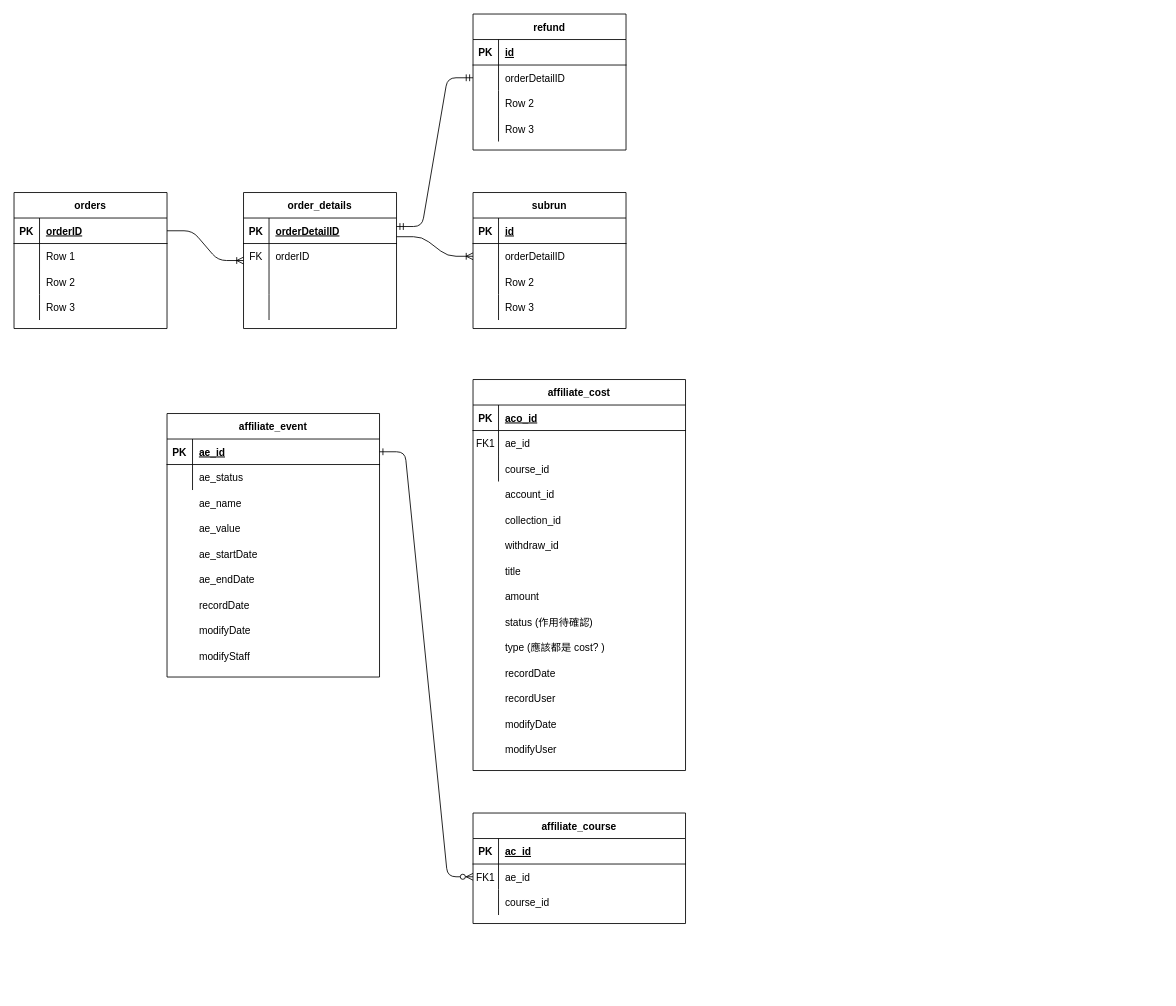
Above: affiliate_ERD.drawio in BenmrChen/Draw.io (draw.io), before the change. Source tidied: cells renumbered, new cells numbered last; positions are measured from the earlier drawing's top-left corner, leaving out a move shared by most shapes. Both pictures are drawn from the tidied source at 85%, with x=0, y=0 at pixel (14, 14).
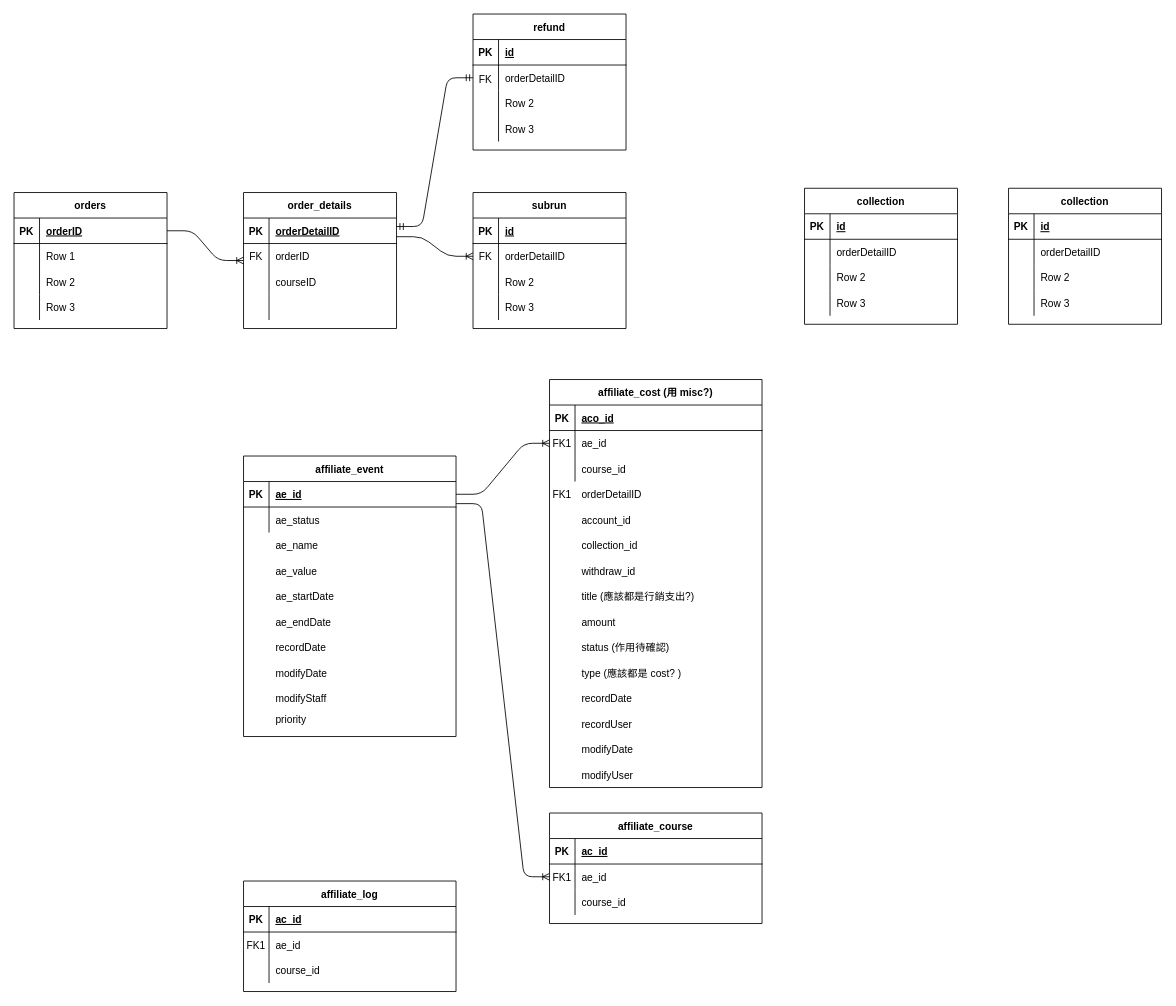
The same diagram, later.

The change refers to these unchanged cells:
```xml
<mxCell id="88" style="shape=partialRectangle;fillColor=none;points=[[0,0.5],[1,0.5]];portConstraint=eastwest;top=0;left=0;right=0;bottom=0;" parent="84" vertex="1">
  <mxGeometry y="60" width="250" height="30" as="geometry" />
</mxCell>
<mxCell id="98" style="shape=partialRectangle;fillColor=none;points=[[0,0.5],[1,0.5]];portConstraint=eastwest;top=0;left=0;right=0;bottom=0;" parent="94" vertex="1">
  <mxGeometry y="60" width="250" height="30" as="geometry" />
</mxCell>
```

What changed in the source:
```diff
@@
-    <mxCell id="2" style="edgeStyle=entityRelationEdgeStyle;endArrow=ERzeroToMany;startArrow=ERone;endFill=1;startFill=0;" parent="1" edge="1" source="78" target="98">
-      <mxGeometry relative="1" as="geometry" />
-    </mxCell>
     <mxCell id="3" value="account_id" style="shape=partialRectangle;overflow=hidden;fillColor=none;top=0;left=0;bottom=0;right=0;align=left;spacingLeft=6;" parent="1" vertex="1">
-      <mxGeometry x="570" y="550" width="220" height="30" as="geometry" />
+      <mxGeometry x="660" y="580" width="220" height="30" as="geometry" />
     </mxCell>
     <mxCell id="4" value="ae_name" style="shape=partialRectangle;overflow=hidden;fillColor=none;top=0;left=0;bottom=0;right=0;align=left;spacingLeft=6;" parent="1" vertex="1">
-      <mxGeometry x="210" y="560" width="220" height="30" as="geometry" />
+      <mxGeometry x="300" y="610" width="220" height="30" as="geometry" />
     </mxCell>
     <mxCell id="5" value="ae_value" style="shape=partialRectangle;overflow=hidden;fillColor=none;top=0;left=0;bottom=0;right=0;align=left;spacingLeft=6;" parent="1" vertex="1">
-      <mxGeometry x="210" y="590" width="220" height="30" as="geometry" />
+      <mxGeometry x="300" y="640" width="220" height="30" as="geometry" />
     </mxCell>
     <mxCell id="6" value="ae_startDate" style="shape=partialRectangle;overflow=hidden;fillColor=none;top=0;left=0;bottom=0;right=0;align=left;spacingLeft=6;" parent="1" vertex="1">
-      <mxGeometry x="210" y="620" width="220" height="30" as="geometry" />
+      <mxGeometry x="300" y="670" width="220" height="30" as="geometry" />
     </mxCell>
     <mxCell id="7" value="ae_endDate" style="shape=partialRectangle;overflow=hidden;fillColor=none;top=0;left=0;bottom=0;right=0;align=left;spacingLeft=6;" parent="1" vertex="1">
-      <mxGeometry x="210" y="650" width="220" height="30" as="geometry" />
+      <mxGeometry x="300" y="700" width="220" height="30" as="geometry" />
     </mxCell>
     <mxCell id="8" value="recordDate" style="shape=partialRectangle;overflow=hidden;fillColor=none;top=0;left=0;bottom=0;right=0;align=left;spacingLeft=6;" parent="1" vertex="1">
-      <mxGeometry x="210" y="680" width="220" height="30" as="geometry" />
+      <mxGeometry x="300" y="730" width="220" height="30" as="geometry" />
     </mxCell>
     <mxCell id="9" value="modifyDate" style="shape=partialRectangle;overflow=hidden;fillColor=none;top=0;left=0;bottom=0;right=0;align=left;spacingLeft=6;" parent="1" vertex="1">
-      <mxGeometry x="210" y="710" width="220" height="30" as="geometry" />
+      <mxGeometry x="300" y="760" width="220" height="30" as="geometry" />
     </mxCell>
     <mxCell id="10" value="modifyStaff" style="shape=partialRectangle;overflow=hidden;fillColor=none;top=0;left=0;bottom=0;right=0;align=left;spacingLeft=6;" parent="1" vertex="1">
-      <mxGeometry x="210" y="740" width="220" height="30" as="geometry" />
+      <mxGeometry x="300" y="790" width="220" height="30" as="geometry" />
     </mxCell>
     <mxCell id="11" value="collection_id" style="shape=partialRectangle;overflow=hidden;fillColor=none;top=0;left=0;bottom=0;right=0;align=left;spacingLeft=6;" parent="1" vertex="1">
-      <mxGeometry x="570" y="580" width="220" height="30" as="geometry" />
+      <mxGeometry x="660" y="610" width="220" height="30" as="geometry" />
     </mxCell>
     <mxCell id="12" value="withdraw_id" style="shape=partialRectangle;overflow=hidden;fillColor=none;top=0;left=0;bottom=0;right=0;align=left;spacingLeft=6;" parent="1" vertex="1">
-      <mxGeometry x="570" y="610" width="220" height="30" as="geometry" />
+      <mxGeometry x="660" y="640" width="220" height="30" as="geometry" />
     </mxCell>
-    <mxCell id="13" value="title" style="shape=partialRectangle;overflow=hidden;fillColor=none;top=0;left=0;bottom=0;right=0;align=left;spacingLeft=6;" parent="1" vertex="1">
-      <mxGeometry x="570" y="640" width="220" height="30" as="geometry" />
+    <mxCell id="13" value="title (應該都是行銷支出?)" style="shape=partialRectangle;overflow=hidden;fillColor=none;top=0;left=0;bottom=0;right=0;align=left;spacingLeft=6;" parent="1" vertex="1">
+      <mxGeometry x="660" y="670" width="220" height="30" as="geometry" />
     </mxCell>
     <mxCell id="14" value="amount" style="shape=partialRectangle;overflow=hidden;fillColor=none;top=0;left=0;bottom=0;right=0;align=left;spacingLeft=6;" parent="1" vertex="1">
-      <mxGeometry x="570" y="670" width="220" height="30" as="geometry" />
+      <mxGeometry x="660" y="700" width="220" height="30" as="geometry" />
     </mxCell>
     <mxCell id="15" value="status (作用待確認)" style="shape=partialRectangle;overflow=hidden;fillColor=none;top=0;left=0;bottom=0;right=0;align=left;spacingLeft=6;" parent="1" vertex="1">
-      <mxGeometry x="570" y="700" width="220" height="30" as="geometry" />
+      <mxGeometry x="660" y="730" width="220" height="30" as="geometry" />
     </mxCell>
     <mxCell id="16" value="type (應該都是 cost? )" style="shape=partialRectangle;overflow=hidden;fillColor=none;top=0;left=0;bottom=0;right=0;align=left;spacingLeft=6;" parent="1" vertex="1">
-      <mxGeometry x="570" y="730" width="220" height="30" as="geometry" />
+      <mxGeometry x="660" y="760" width="220" height="30" as="geometry" />
     </mxCell>
     <mxCell id="17" value="recordDate" style="shape=partialRectangle;overflow=hidden;fillColor=none;top=0;left=0;bottom=0;right=0;align=left;spacingLeft=6;" parent="1" vertex="1">
-      <mxGeometry x="570" y="760" width="220" height="30" as="geometry" />
+      <mxGeometry x="660" y="790" width="220" height="30" as="geometry" />
     </mxCell>
     <mxCell id="18" value="recordUser" style="shape=partialRectangle;overflow=hidden;fillColor=none;top=0;left=0;bottom=0;right=0;align=left;spacingLeft=6;" parent="1" vertex="1">
-      <mxGeometry x="570" y="790" width="220" height="30" as="geometry" />
+      <mxGeometry x="660" y="820" width="220" height="30" as="geometry" />
     </mxCell>
     <mxCell id="19" value="modifyDate" style="shape=partialRectangle;overflow=hidden;fillColor=none;top=0;left=0;bottom=0;right=0;align=left;spacingLeft=6;" parent="1" vertex="1">
-      <mxGeometry x="570" y="820" width="220" height="30" as="geometry" />
+      <mxGeometry x="660" y="850" width="220" height="30" as="geometry" />
     </mxCell>
@@
     <mxCell id="46" value="modifyUser" style="shape=partialRectangle;overflow=hidden;fillColor=none;top=0;left=0;bottom=0;right=0;align=left;spacingLeft=6;" parent="1" vertex="1">
-      <mxGeometry x="570" y="850" width="220" height="30" as="geometry" />
+      <mxGeometry x="660" y="880" width="220" height="30" as="geometry" />
     </mxCell>
@@
-    <mxCell id="77" value="affiliate_event" style="shape=table;startSize=30;childLayout=tableLayout;rowLines=0;fontStyle=1;align=center;" parent="1" vertex="1">
-      <mxGeometry x="180" y="470" width="250" height="310" as="geometry" />
-    </mxCell>
-    <mxCell id="78" style="shape=partialRectangle;fillColor=none;points=[[0,0.5],[1,0.5]];portConstraint=eastwest;top=0;left=0;right=0;bottom=1;" parent="77" vertex="1">
-      <mxGeometry y="30" width="250" height="30" as="geometry" />
-    </mxCell>
-    <mxCell id="79" value="PK" style="shape=partialRectangle;overflow=hidden;fillColor=none;top=0;left=0;bottom=0;right=0;fontStyle=1;" parent="78" vertex="1">
-      <mxGeometry width="30" height="30" as="geometry" />
-    </mxCell>
-    <mxCell id="80" value="ae_id" style="shape=partialRectangle;overflow=hidden;fillColor=none;top=0;left=0;bottom=0;right=0;align=left;spacingLeft=6;fontStyle=5;" parent="78" vertex="1">
-      <mxGeometry x="30" width="220" height="30" as="geometry" />
-    </mxCell>
-    <mxCell id="81" style="shape=partialRectangle;fillColor=none;top=0;left=0;right=0;bottom=0;" parent="77" vertex="1">
-      <mxGeometry y="60" width="250" height="30" as="geometry" />
-    </mxCell>
-    <mxCell id="82" style="shape=partialRectangle;overflow=hidden;fillColor=none;top=0;left=0;bottom=0;right=0;" parent="81" vertex="1">
-      <mxGeometry width="30" height="30" as="geometry" />
-    </mxCell>
-    <mxCell id="83" value="ae_status" style="shape=partialRectangle;overflow=hidden;fillColor=none;top=0;left=0;bottom=0;right=0;align=left;spacingLeft=6;" parent="81" vertex="1">
-      <mxGeometry x="30" width="220" height="30" as="geometry" />
-    </mxCell>
+    <mxCell id="104" style="edgeStyle=entityRelationEdgeStyle;fontSize=12;html=1;endArrow=ERoneToMany;entryX=0;entryY=0.5;entryDx=0;entryDy=0;exitX=1;exitY=0.5;exitDx=0;exitDy=0;" parent="1" edge="1" source="78" target="88">
+      <mxGeometry relative="1" as="geometry" />
+    </mxCell>
+    <mxCell id="2" style="edgeStyle=entityRelationEdgeStyle;fontSize=12;html=1;endArrow=ERoneToMany;exitX=1;exitY=0.867;exitDx=0;exitDy=0;exitPerimeter=0;entryX=0;entryY=0.5;entryDx=0;entryDy=0;" parent="1" edge="1" source="78" target="98">
+      <mxGeometry relative="1" as="geometry" />
+    </mxCell>
-    <mxCell id="84" value="affiliate_cost" style="shape=table;startSize=30;childLayout=tableLayout;rowLines=0;fontStyle=1;align=center;" parent="1" vertex="1">
-      <mxGeometry x="540" y="430" width="250" height="460" as="geometry" />
+    <mxCell id="84" value="affiliate_cost (用 misc?)" style="shape=table;startSize=30;childLayout=tableLayout;rowLines=0;fontStyle=1;align=center;" parent="1" vertex="1">
+      <mxGeometry x="630" y="430" width="250" height="480" as="geometry" />
     </mxCell>
@@
     <mxCell id="94" value="affiliate_course" style="shape=table;startSize=30;childLayout=tableLayout;rowLines=0;fontStyle=1;align=center;" parent="1" vertex="1">
-      <mxGeometry x="540" y="940" width="250" height="130" as="geometry" />
+      <mxGeometry x="630" y="940" width="250" height="130" as="geometry" />
     </mxCell>
@@
+    <mxCell id="77" value="affiliate_event" style="shape=table;startSize=30;childLayout=tableLayout;rowLines=0;fontStyle=1;align=center;" parent="1" vertex="1">
+      <mxGeometry x="270" y="520" width="250" height="330" as="geometry" />
+    </mxCell>
+    <mxCell id="78" style="shape=partialRectangle;fillColor=none;points=[[0,0.5],[1,0.5]];portConstraint=eastwest;top=0;left=0;right=0;bottom=1;" parent="77" vertex="1">
+      <mxGeometry y="30" width="250" height="30" as="geometry" />
+    </mxCell>
+    <mxCell id="79" value="PK" style="shape=partialRectangle;overflow=hidden;fillColor=none;top=0;left=0;bottom=0;right=0;fontStyle=1;" parent="78" vertex="1">
+      <mxGeometry width="30" height="30" as="geometry" />
+    </mxCell>
+    <mxCell id="80" value="ae_id" style="shape=partialRectangle;overflow=hidden;fillColor=none;top=0;left=0;bottom=0;right=0;align=left;spacingLeft=6;fontStyle=5;" parent="78" vertex="1">
+      <mxGeometry x="30" width="220" height="30" as="geometry" />
+    </mxCell>
+    <mxCell id="81" style="shape=partialRectangle;fillColor=none;top=0;left=0;right=0;bottom=0;" parent="77" vertex="1">
+      <mxGeometry y="60" width="250" height="30" as="geometry" />
+    </mxCell>
+    <mxCell id="82" style="shape=partialRectangle;overflow=hidden;fillColor=none;top=0;left=0;bottom=0;right=0;" parent="81" vertex="1">
+      <mxGeometry width="30" height="30" as="geometry" />
+    </mxCell>
+    <mxCell id="83" value="ae_status" style="shape=partialRectangle;overflow=hidden;fillColor=none;top=0;left=0;bottom=0;right=0;align=left;spacingLeft=6;" parent="81" vertex="1">
+      <mxGeometry x="30" width="220" height="30" as="geometry" />
+    </mxCell>
+    <mxCell id="105" value="courseID" style="shape=partialRectangle;fillColor=none;top=0;left=0;bottom=0;right=0;align=left;spacingLeft=6;overflow=hidden;" parent="1" vertex="1">
+      <mxGeometry x="300" y="300" width="150" height="30" as="geometry" />
+    </mxCell>
+    <mxCell id="106" value="orderDetailID" style="shape=partialRectangle;overflow=hidden;fillColor=none;top=0;left=0;bottom=0;right=0;align=left;spacingLeft=6;" parent="1" vertex="1">
+      <mxGeometry x="660" y="550" width="220" height="30" as="geometry" />
+    </mxCell>
+    <mxCell id="107" value="FK1" style="shape=partialRectangle;overflow=hidden;fillColor=none;top=0;left=0;bottom=0;right=0;" parent="1" vertex="1">
+      <mxGeometry x="630" y="550" width="30" height="30" as="geometry" />
+    </mxCell>
+    <mxCell id="108" value="priority" style="shape=partialRectangle;overflow=hidden;fillColor=none;top=0;left=0;bottom=0;right=0;align=left;spacingLeft=6;" parent="1" vertex="1">
+      <mxGeometry x="300" y="820" width="220" height="20" as="geometry" />
+    </mxCell>
+    <mxCell id="109" value="FK" style="shape=partialRectangle;overflow=hidden;fillColor=none;top=0;left=0;bottom=0;right=0;" parent="1" vertex="1">
+      <mxGeometry x="540" y="62" width="30" height="30" as="geometry" />
+    </mxCell>
+    <mxCell id="110" value="FK" style="shape=partialRectangle;overflow=hidden;fillColor=none;top=0;left=0;bottom=0;right=0;" parent="1" vertex="1">
+      <mxGeometry x="540" y="270" width="30" height="30" as="geometry" />
+    </mxCell>
+    <mxCell id="111" value="affiliate_log" style="shape=table;startSize=30;childLayout=tableLayout;rowLines=0;fontStyle=1;align=center;" parent="1" vertex="1">
+      <mxGeometry x="270" y="1020" width="250" height="130" as="geometry" />
+    </mxCell>
+    <mxCell id="112" style="shape=partialRectangle;fillColor=none;top=0;left=0;right=0;bottom=1;" parent="111" vertex="1">
+      <mxGeometry y="30" width="250" height="30" as="geometry" />
+    </mxCell>
+    <mxCell id="113" value="PK" style="shape=partialRectangle;overflow=hidden;fillColor=none;top=0;left=0;bottom=0;right=0;fontStyle=1;" parent="112" vertex="1">
+      <mxGeometry width="30" height="30" as="geometry" />
+    </mxCell>
+    <mxCell id="114" value="ac_id" style="shape=partialRectangle;overflow=hidden;fillColor=none;top=0;left=0;bottom=0;right=0;align=left;spacingLeft=6;fontStyle=5;" parent="112" vertex="1">
+      <mxGeometry x="30" width="220" height="30" as="geometry" />
+    </mxCell>
+    <mxCell id="115" style="shape=partialRectangle;fillColor=none;top=0;left=0;right=0;bottom=0;" parent="111" vertex="1">
+      <mxGeometry y="60" width="250" height="30" as="geometry" />
+    </mxCell>
+    <mxCell id="116" value="FK1" style="shape=partialRectangle;overflow=hidden;fillColor=none;top=0;left=0;bottom=0;right=0;" parent="115" vertex="1">
+      <mxGeometry width="30" height="30" as="geometry" />
+    </mxCell>
+    <mxCell id="117" value="ae_id" style="shape=partialRectangle;overflow=hidden;fillColor=none;top=0;left=0;bottom=0;right=0;align=left;spacingLeft=6;" parent="115" vertex="1">
+      <mxGeometry x="30" width="220" height="30" as="geometry" />
+    </mxCell>
+    <mxCell id="118" style="shape=partialRectangle;fillColor=none;top=0;left=0;right=0;bottom=0;" parent="111" vertex="1">
+      <mxGeometry y="90" width="250" height="30" as="geometry" />
+    </mxCell>
+    <mxCell id="119" style="shape=partialRectangle;overflow=hidden;fillColor=none;top=0;left=0;bottom=0;right=0;" parent="118" vertex="1">
+      <mxGeometry width="30" height="30" as="geometry" />
+    </mxCell>
+    <mxCell id="120" value="course_id" style="shape=partialRectangle;overflow=hidden;fillColor=none;top=0;left=0;bottom=0;right=0;align=left;spacingLeft=6;" parent="118" vertex="1">
+      <mxGeometry x="30" width="220" height="30" as="geometry" />
+    </mxCell>
+    <mxCell id="121" value="collection" style="shape=table;startSize=30;childLayout=tableLayout;rowLines=0;fontStyle=1;align=center;" parent="1" vertex="1">
+      <mxGeometry x="930" y="205" width="180" height="160" as="geometry" />
+    </mxCell>
+    <mxCell id="122" style="shape=partialRectangle;fillColor=none;top=0;left=0;bottom=1;right=0;" parent="121" vertex="1">
+      <mxGeometry y="30" width="180" height="30" as="geometry" />
+    </mxCell>
+    <mxCell id="123" value="PK" style="shape=partialRectangle;fillColor=none;top=0;left=0;bottom=0;right=0;fontStyle=1;overflow=hidden;" parent="122" vertex="1">
+      <mxGeometry width="30" height="30" as="geometry" />
+    </mxCell>
+    <mxCell id="124" value="id" style="shape=partialRectangle;fillColor=none;top=0;left=0;bottom=0;right=0;align=left;spacingLeft=6;fontStyle=5;overflow=hidden;" parent="122" vertex="1">
+      <mxGeometry x="30" width="150" height="30" as="geometry" />
+    </mxCell>
+    <mxCell id="125" style="shape=partialRectangle;fillColor=none;top=0;left=0;bottom=0;right=0;" parent="121" vertex="1">
+      <mxGeometry y="60" width="180" height="30" as="geometry" />
+    </mxCell>
+    <mxCell id="126" style="shape=partialRectangle;fillColor=none;top=0;left=0;bottom=0;right=0;overflow=hidden;" parent="125" vertex="1">
+      <mxGeometry width="30" height="30" as="geometry" />
+    </mxCell>
+    <mxCell id="127" value="orderDetailID" style="shape=partialRectangle;fillColor=none;top=0;left=0;bottom=0;right=0;align=left;spacingLeft=6;overflow=hidden;" parent="125" vertex="1">
+      <mxGeometry x="30" width="150" height="30" as="geometry" />
+    </mxCell>
+    <mxCell id="128" style="shape=partialRectangle;fillColor=none;top=0;left=0;bottom=0;right=0;" parent="121" vertex="1">
+      <mxGeometry y="90" width="180" height="30" as="geometry" />
+    </mxCell>
+    <mxCell id="129" style="shape=partialRectangle;fillColor=none;top=0;left=0;bottom=0;right=0;overflow=hidden;" parent="128" vertex="1">
+      <mxGeometry width="30" height="30" as="geometry" />
+    </mxCell>
+    <mxCell id="130" value="Row 2" style="shape=partialRectangle;fillColor=none;top=0;left=0;bottom=0;right=0;align=left;spacingLeft=6;overflow=hidden;" parent="128" vertex="1">
+      <mxGeometry x="30" width="150" height="30" as="geometry" />
+    </mxCell>
+    <mxCell id="131" style="shape=partialRectangle;fillColor=none;top=0;left=0;bottom=0;right=0;" parent="121" vertex="1">
+      <mxGeometry y="120" width="180" height="30" as="geometry" />
+    </mxCell>
+    <mxCell id="132" style="shape=partialRectangle;fillColor=none;top=0;left=0;bottom=0;right=0;overflow=hidden;" parent="131" vertex="1">
+      <mxGeometry width="30" height="30" as="geometry" />
+    </mxCell>
+    <mxCell id="133" value="Row 3" style="shape=partialRectangle;fillColor=none;top=0;left=0;bottom=0;right=0;align=left;spacingLeft=6;overflow=hidden;" parent="131" vertex="1">
+      <mxGeometry x="30" width="150" height="30" as="geometry" />
+    </mxCell>
+    <mxCell id="134" value="collection" style="shape=table;startSize=30;childLayout=tableLayout;rowLines=0;fontStyle=1;align=center;" parent="1" vertex="1">
+      <mxGeometry x="1170" y="205" width="180" height="160" as="geometry" />
+    </mxCell>
+    <mxCell id="135" style="shape=partialRectangle;fillColor=none;top=0;left=0;bottom=1;right=0;" parent="134" vertex="1">
+      <mxGeometry y="30" width="180" height="30" as="geometry" />
+    </mxCell>
+    <mxCell id="136" value="PK" style="shape=partialRectangle;fillColor=none;top=0;left=0;bottom=0;right=0;fontStyle=1;overflow=hidden;" parent="135" vertex="1">
+      <mxGeometry width="30" height="30" as="geometry" />
+    </mxCell>
+    <mxCell id="137" value="id" style="shape=partialRectangle;fillColor=none;top=0;left=0;bottom=0;right=0;align=left;spacingLeft=6;fontStyle=5;overflow=hidden;" parent="135" vertex="1">
+      <mxGeometry x="30" width="150" height="30" as="geometry" />
+    </mxCell>
+    <mxCell id="138" style="shape=partialRectangle;fillColor=none;top=0;left=0;bottom=0;right=0;" parent="134" vertex="1">
+      <mxGeometry y="60" width="180" height="30" as="geometry" />
+    </mxCell>
+    <mxCell id="139" style="shape=partialRectangle;fillColor=none;top=0;left=0;bottom=0;right=0;overflow=hidden;" parent="138" vertex="1">
+      <mxGeometry width="30" height="30" as="geometry" />
+    </mxCell>
+    <mxCell id="140" value="orderDetailID" style="shape=partialRectangle;fillColor=none;top=0;left=0;bottom=0;right=0;align=left;spacingLeft=6;overflow=hidden;" parent="138" vertex="1">
+      <mxGeometry x="30" width="150" height="30" as="geometry" />
+    </mxCell>
+    <mxCell id="141" style="shape=partialRectangle;fillColor=none;top=0;left=0;bottom=0;right=0;" parent="134" vertex="1">
+      <mxGeometry y="90" width="180" height="30" as="geometry" />
+    </mxCell>
+    <mxCell id="142" style="shape=partialRectangle;fillColor=none;top=0;left=0;bottom=0;right=0;overflow=hidden;" parent="141" vertex="1">
+      <mxGeometry width="30" height="30" as="geometry" />
+    </mxCell>
+    <mxCell id="143" value="Row 2" style="shape=partialRectangle;fillColor=none;top=0;left=0;bottom=0;right=0;align=left;spacingLeft=6;overflow=hidden;" parent="141" vertex="1">
+      <mxGeometry x="30" width="150" height="30" as="geometry" />
+    </mxCell>
+    <mxCell id="144" style="shape=partialRectangle;fillColor=none;top=0;left=0;bottom=0;right=0;" parent="134" vertex="1">
+      <mxGeometry y="120" width="180" height="30" as="geometry" />
+    </mxCell>
+    <mxCell id="145" style="shape=partialRectangle;fillColor=none;top=0;left=0;bottom=0;right=0;overflow=hidden;" parent="144" vertex="1">
+      <mxGeometry width="30" height="30" as="geometry" />
+    </mxCell>
+    <mxCell id="146" value="Row 3" style="shape=partialRectangle;fillColor=none;top=0;left=0;bottom=0;right=0;align=left;spacingLeft=6;overflow=hidden;" parent="144" vertex="1">
+      <mxGeometry x="30" width="150" height="30" as="geometry" />
+    </mxCell>
```
